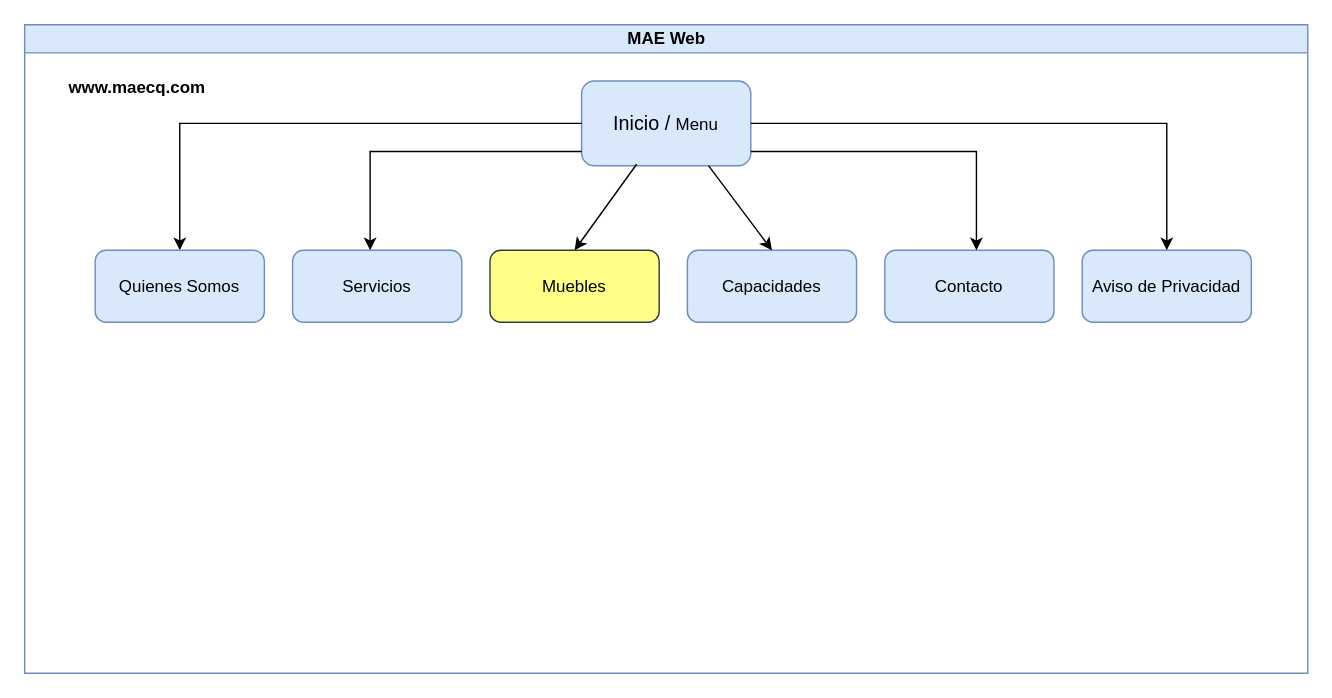
RaulGutierrezCarmona/Diagrams keeps this draw.io diagram as Actual/Diagrama sin título.drawio. Above is the earlier version. Source tidied: cells renumbered, new cells numbered last; positions are measured from the earlier drawing's top-left corner, leaving out a move shared by most shapes. Both pictures are drawn from the tidied source at 141%, with x=0, y=0 at pixel (24, 24).
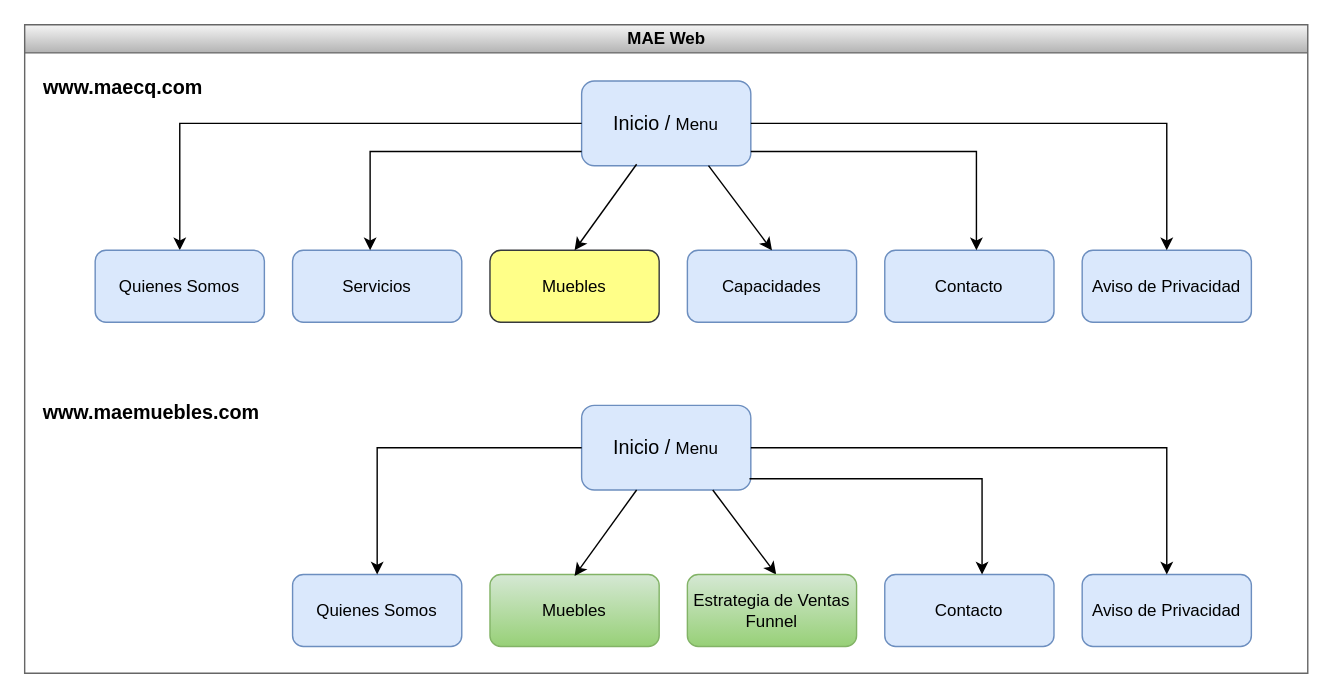
The same diagram, later.

Change to the diagram source:
```diff
@@
-    <mxCell id="2" value="MAE Web" style="swimlane;html=1;startSize=20;horizontal=1;containerType=tree;glass=0;fillColor=#dae8fc;strokeColor=#6c8ebf;" parent="1" vertex="1">
+    <mxCell id="2" value="MAE Web" style="swimlane;html=1;startSize=20;horizontal=1;containerType=tree;glass=0;fillColor=#f5f5f5;gradientColor=#b3b3b3;strokeColor=#666666;" parent="1" vertex="1">
       <mxGeometry width="910" height="460" as="geometry" />
     </mxCell>
@@
-    <mxCell id="16" value="&lt;b&gt;www.maecq.com&lt;/b&gt;" style="text;html=1;strokeColor=none;fillColor=none;align=center;verticalAlign=middle;whiteSpace=wrap;rounded=0;fontSize=12;" parent="2" vertex="1">
-      <mxGeometry x="50" y="30" width="60" height="30" as="geometry" />
+    <mxCell id="16" value="&lt;b style=&quot;font-size: 14px;&quot;&gt;www.maecq.com&lt;/b&gt;" style="text;html=1;strokeColor=none;fillColor=none;align=center;verticalAlign=middle;whiteSpace=wrap;rounded=0;fontSize=14;" parent="2" vertex="1">
+      <mxGeometry x="40" y="30" width="60" height="30" as="geometry" />
     </mxCell>
+    <mxCell id="17" value="&lt;b style=&quot;font-size: 14px;&quot;&gt;www.maemuebles.com&lt;/b&gt;" style="text;html=1;strokeColor=none;fillColor=none;align=center;verticalAlign=middle;whiteSpace=wrap;rounded=0;fontSize=14;" parent="2" vertex="1">
+      <mxGeometry x="60" y="260" width="60" height="30" as="geometry" />
+    </mxCell>
+    <mxCell id="18" value="&lt;font style=&quot;font-size: 14px;&quot;&gt;Inicio / &lt;/font&gt;&lt;font style=&quot;font-size: 12px;&quot;&gt;Menu&lt;/font&gt;" style="rounded=1;whiteSpace=wrap;html=1;fillColor=#dae8fc;strokeColor=#6c8ebf;" parent="2" vertex="1">
+      <mxGeometry x="395" y="270" width="120" height="60" as="geometry" />
+    </mxCell>
+    <mxCell id="19" value="&lt;font style=&quot;font-size: 12px;&quot;&gt;Muebles&lt;/font&gt;" style="rounded=1;whiteSpace=wrap;html=1;fillColor=#d5e8d4;strokeColor=#82b366;gradientColor=#97d077;" parent="2" vertex="1">
+      <mxGeometry x="330" y="390" width="120" height="51" as="geometry" />
+    </mxCell>
+    <mxCell id="20" style="endArrow=classic;html=1;rounded=0;fontSize=12;exitX=0.325;exitY=0.983;exitDx=0;exitDy=0;exitPerimeter=0;entryX=0.5;entryY=0;entryDx=0;entryDy=0;" parent="2" edge="1">
+      <mxGeometry relative="1" as="geometry">
+        <mxPoint x="434" y="330" as="sourcePoint" />
+        <mxPoint x="390" y="391" as="targetPoint" />
+      </mxGeometry>
+    </mxCell>
+    <mxCell id="21" value="&lt;font style=&quot;font-size: 12px;&quot;&gt;Quienes Somos&lt;/font&gt;" style="rounded=1;whiteSpace=wrap;html=1;fillColor=#dae8fc;strokeColor=#6c8ebf;" parent="2" vertex="1">
+      <mxGeometry x="190" y="390" width="120" height="51" as="geometry" />
+    </mxCell>
+    <mxCell id="22" style="edgeStyle=orthogonalEdgeStyle;rounded=0;orthogonalLoop=1;jettySize=auto;html=1;fontSize=12;exitX=0;exitY=0.5;exitDx=0;exitDy=0;" parent="2" edge="1">
+      <mxGeometry relative="1" as="geometry">
+        <mxPoint x="395" y="300" as="sourcePoint" />
+        <mxPoint x="250" y="390" as="targetPoint" />
+        <Array as="points">
+          <mxPoint x="250" y="300" />
+          <mxPoint x="250" y="390" />
+        </Array>
+      </mxGeometry>
+    </mxCell>
+    <mxCell id="23" value="&lt;font style=&quot;font-size: 12px;&quot;&gt;Contacto&lt;/font&gt;" style="rounded=1;whiteSpace=wrap;html=1;fillColor=#dae8fc;strokeColor=#6c8ebf;" parent="2" vertex="1">
+      <mxGeometry x="610" y="390" width="120" height="51" as="geometry" />
+    </mxCell>
+    <mxCell id="24" value="&lt;font style=&quot;font-size: 12px;&quot;&gt;Aviso de Privacidad&lt;br&gt;&lt;/font&gt;" style="rounded=1;whiteSpace=wrap;html=1;fillColor=#dae8fc;strokeColor=#6c8ebf;" parent="2" vertex="1">
+      <mxGeometry x="750" y="390" width="120" height="51" as="geometry" />
+    </mxCell>
+    <mxCell id="25" style="endArrow=classic;html=1;rounded=0;fontSize=12;exitX=0.75;exitY=1;exitDx=0;exitDy=0;entryX=0.5;entryY=0;entryDx=0;entryDy=0;" parent="2" edge="1">
+      <mxGeometry relative="1" as="geometry">
+        <mxPoint x="488" y="330" as="sourcePoint" />
+        <mxPoint x="533" y="390" as="targetPoint" />
+      </mxGeometry>
+    </mxCell>
+    <mxCell id="26" style="endArrow=classic;html=1;rounded=0;fontSize=12;exitX=0.992;exitY=0.867;exitDx=0;exitDy=0;exitPerimeter=0;" parent="2" edge="1" source="18">
+      <mxGeometry relative="1" as="geometry">
+        <mxPoint x="679" y="390" as="targetPoint" />
+        <Array as="points">
+          <mxPoint x="600" y="322" />
+          <mxPoint x="679" y="322" />
+        </Array>
+      </mxGeometry>
+    </mxCell>
+    <mxCell id="27" value="&lt;font style=&quot;font-size: 12px;&quot;&gt;Estrategia de Ventas Funnel&lt;/font&gt;" style="rounded=1;whiteSpace=wrap;html=1;fillColor=#d5e8d4;strokeColor=#82b366;gradientColor=#97d077;" parent="2" vertex="1">
+      <mxGeometry x="470" y="390" width="120" height="51" as="geometry" />
+    </mxCell>
+    <mxCell id="28" style="endArrow=classic;html=1;rounded=0;fontSize=12;exitX=1;exitY=0.5;exitDx=0;exitDy=0;entryX=0.5;entryY=0;entryDx=0;entryDy=0;" parent="2" edge="1">
+      <mxGeometry relative="1" as="geometry">
+        <mxPoint x="515" y="300" as="sourcePoint" />
+        <mxPoint x="810" y="390" as="targetPoint" />
+        <Array as="points">
+          <mxPoint x="810" y="300" />
+        </Array>
+      </mxGeometry>
+    </mxCell>
```
